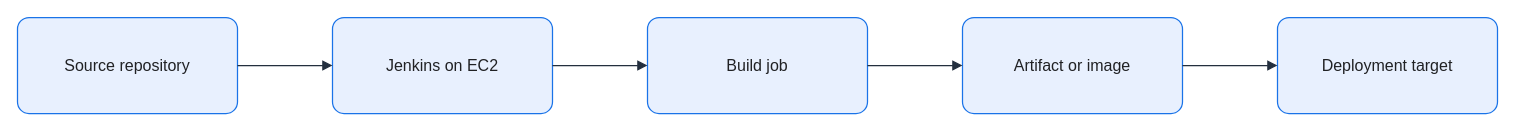
This is assets/img/ci-cd/ec2-jenkins-server-flow.drawio from KKamJi98/kkamji98.github.io, a draw.io file, before an edit. Source tidied: cells renumbered, new cells numbered last; positions are measured from the earlier drawing's top-left corner, leaving out a move shared by most shapes. Both pictures are drawn from the tidied source at 100%, with x=0, y=0 at pixel (17, 17).
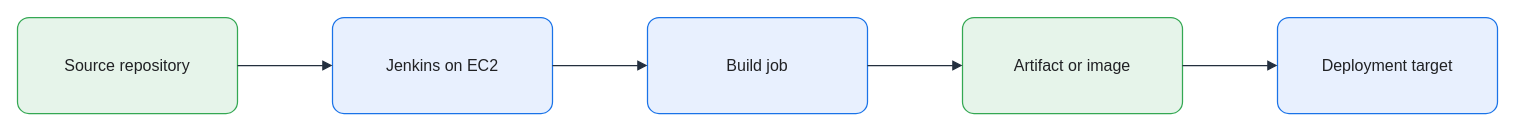
The same diagram, later.

Diff of the diagram source:
```diff
@@
 <mxGraphModel background="#FFFFFF">
   <root>
     <mxCell id="0" />
     <mxCell id="1" parent="0" />
-    <mxCell id="2" value="Source repository" style="rounded=1;arcSize=12;whiteSpace=wrap;html=0;fillColor=#E8F0FE;strokeColor=#1A73E8;strokeWidth=1.25;fontColor=#202124;fontSize=16;align=center;verticalAlign=middle;spacing=8;shadow=0;" parent="1" vertex="1">
+    <mxCell id="2" value="Source repository" style="rounded=1;arcSize=12;whiteSpace=wrap;html=0;fillColor=#E6F4EA;strokeColor=#34A853;strokeWidth=1.25;fontColor=#202124;fontSize=16;align=center;verticalAlign=middle;spacing=8;shadow=0;" parent="1" vertex="1">
       <mxGeometry width="220" height="96" as="geometry" />
     </mxCell>
     <mxCell id="3" value="Jenkins on EC2" style="rounded=1;arcSize=12;whiteSpace=wrap;html=0;fillColor=#E8F0FE;strokeColor=#1A73E8;strokeWidth=1.25;fontColor=#202124;fontSize=16;align=center;verticalAlign=middle;spacing=8;shadow=0;" parent="1" vertex="1">
       <mxGeometry x="315" width="220" height="96" as="geometry" />
     </mxCell>
     <mxCell id="4" value="Build job" style="rounded=1;arcSize=12;whiteSpace=wrap;html=0;fillColor=#E8F0FE;strokeColor=#1A73E8;strokeWidth=1.25;fontColor=#202124;fontSize=16;align=center;verticalAlign=middle;spacing=8;shadow=0;" parent="1" vertex="1">
       <mxGeometry x="630" width="220" height="96" as="geometry" />
     </mxCell>
-    <mxCell id="5" value="Artifact or image" style="rounded=1;arcSize=12;whiteSpace=wrap;html=0;fillColor=#E8F0FE;strokeColor=#1A73E8;strokeWidth=1.25;fontColor=#202124;fontSize=16;align=center;verticalAlign=middle;spacing=8;shadow=0;" parent="1" vertex="1">
+    <mxCell id="5" value="Artifact or image" style="rounded=1;arcSize=12;whiteSpace=wrap;html=0;fillColor=#E6F4EA;strokeColor=#34A853;strokeWidth=1.25;fontColor=#202124;fontSize=16;align=center;verticalAlign=middle;spacing=8;shadow=0;" parent="1" vertex="1">
       <mxGeometry x="945" width="220" height="96" as="geometry" />
     </mxCell>
     <mxCell id="6" value="Deployment target" style="rounded=1;arcSize=12;whiteSpace=wrap;html=0;fillColor=#E8F0FE;strokeColor=#1A73E8;strokeWidth=1.25;fontColor=#202124;fontSize=16;align=center;verticalAlign=middle;spacing=8;shadow=0;" parent="1" vertex="1">
       <mxGeometry x="1260" width="220" height="96" as="geometry" />
     </mxCell>
     <mxCell id="7" style="edgeStyle=orthogonalEdgeStyle;rounded=0;jettySize=auto;html=0;endArrow=block;endFill=1;strokeColor=#232F3E;strokeWidth=1.25;fontColor=#202124;labelBackgroundColor=none;exitX=1;exitY=0.5;exitDx=0;exitDy=0;entryX=0;entryY=0.5;entryDx=0;entryDy=0;endSize=7;" parent="1" edge="1" source="2" target="3">
       <mxGeometry relative="1" as="geometry" />
     </mxCell>
     <mxCell id="8" style="edgeStyle=orthogonalEdgeStyle;rounded=0;jettySize=auto;html=0;endArrow=block;endFill=1;strokeColor=#232F3E;strokeWidth=1.25;fontColor=#202124;labelBackgroundColor=none;exitX=1;exitY=0.5;exitDx=0;exitDy=0;entryX=0;entryY=0.5;entryDx=0;entryDy=0;endSize=7;" parent="1" edge="1" source="3" target="4">
       <mxGeometry relative="1" as="geometry" />
     </mxCell>
     <mxCell id="9" style="edgeStyle=orthogonalEdgeStyle;rounded=0;jettySize=auto;html=0;endArrow=block;endFill=1;strokeColor=#232F3E;strokeWidth=1.25;fontColor=#202124;labelBackgroundColor=none;exitX=1;exitY=0.5;exitDx=0;exitDy=0;entryX=0;entryY=0.5;entryDx=0;entryDy=0;endSize=7;" parent="1" edge="1" source="4" target="5">
       <mxGeometry relative="1" as="geometry" />
     </mxCell>
     <mxCell id="10" style="edgeStyle=orthogonalEdgeStyle;rounded=0;jettySize=auto;html=0;endArrow=block;endFill=1;strokeColor=#232F3E;strokeWidth=1.25;fontColor=#202124;labelBackgroundColor=none;exitX=1;exitY=0.5;exitDx=0;exitDy=0;entryX=0;entryY=0.5;entryDx=0;entryDy=0;endSize=7;" parent="1" edge="1" source="5" target="6">
       <mxGeometry relative="1" as="geometry" />
     </mxCell>
   </root>
 </mxGraphModel>
```
